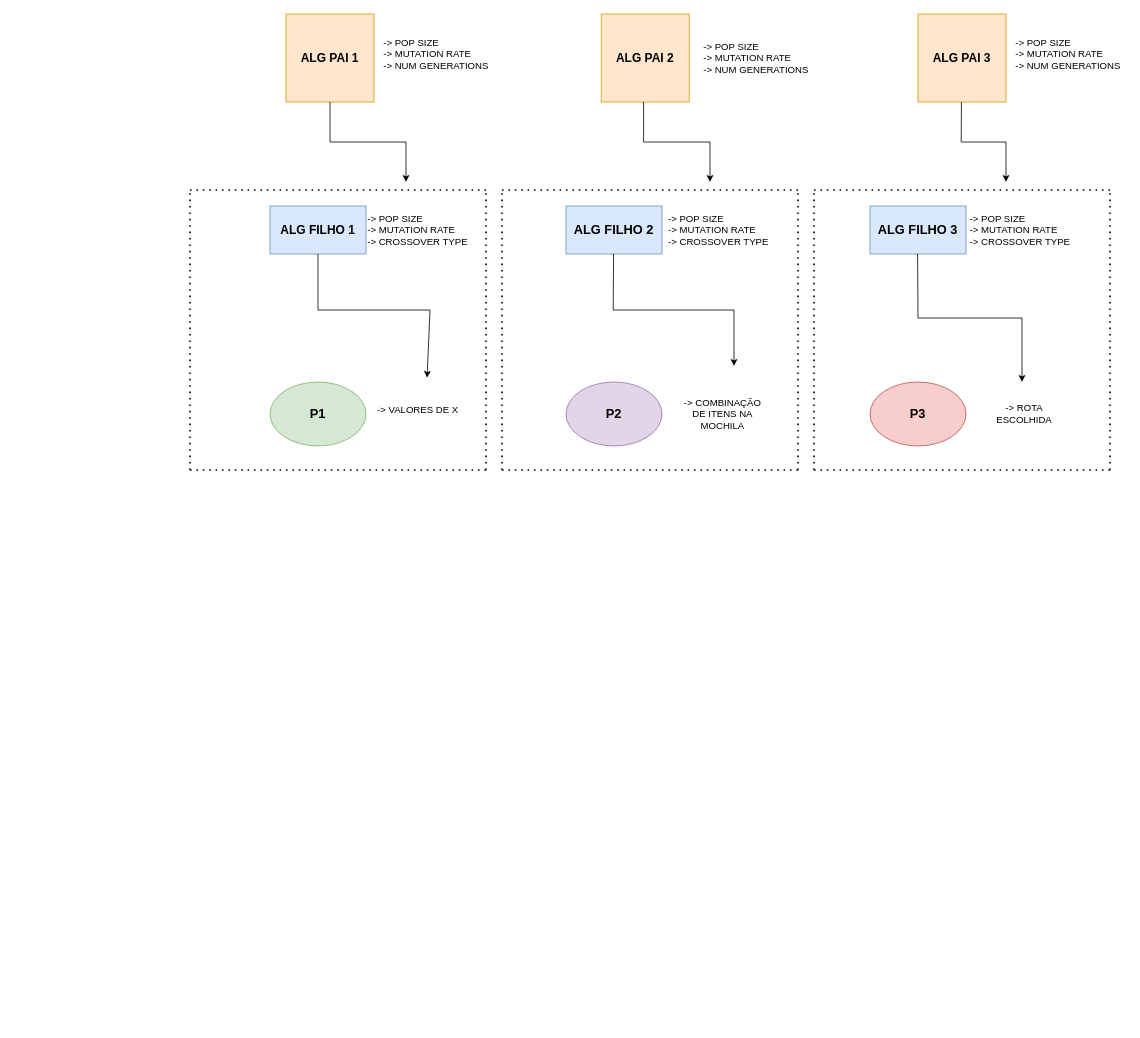
This is esquemaAlgs.drawio from ncalsolari/TCC, a draw.io file, before an edit. Source tidied: cells renumbered, new cells numbered last; positions are measured from the earlier drawing's top-left corner, leaving out a move shared by most shapes. Both pictures are drawn from the tidied source at 80%, with x=0, y=0 at pixel (190, 14).
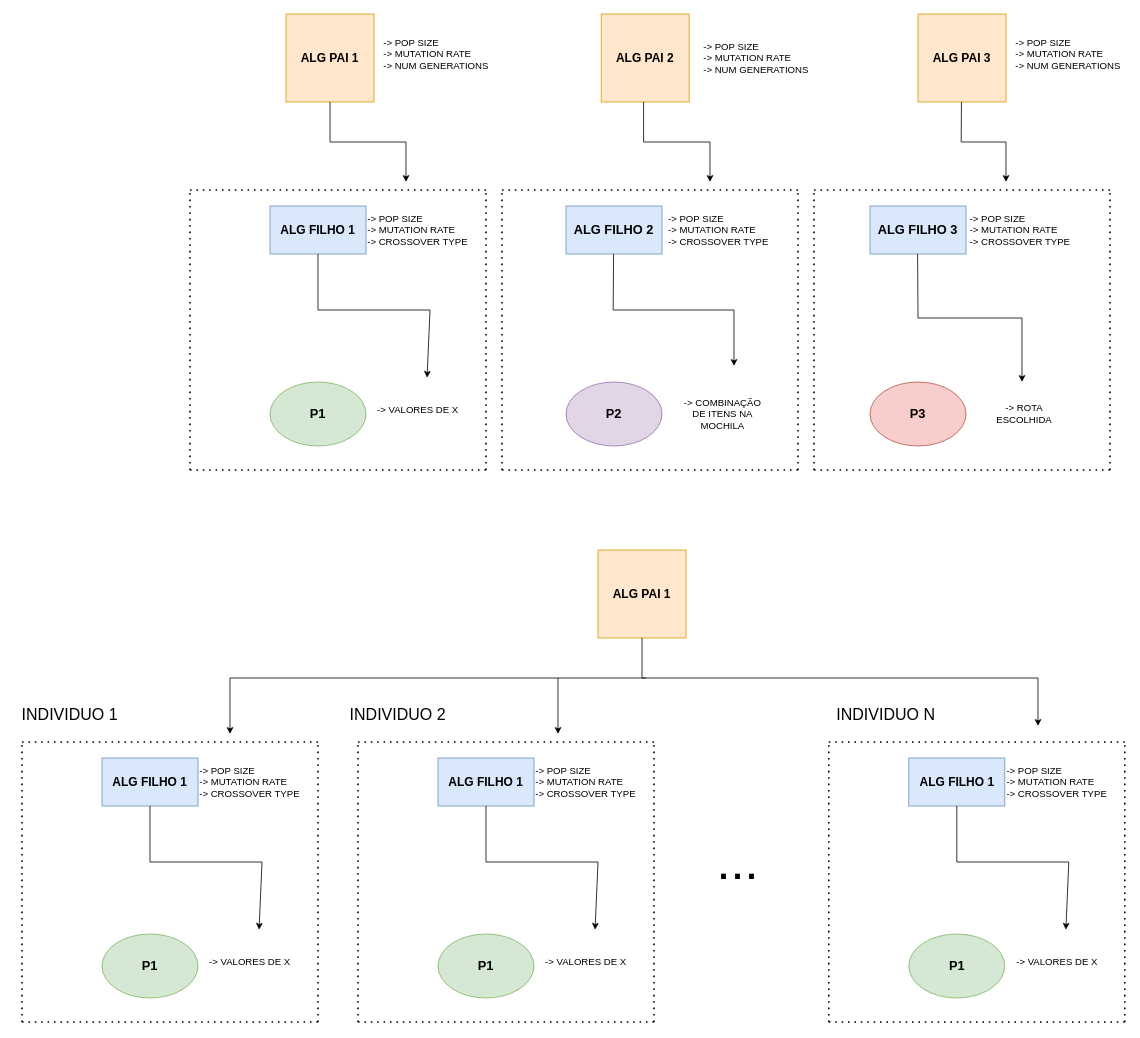
After the change.

Change to the diagram source:
```diff
@@
+    <mxCell id="38" value="&lt;font size=&quot;1&quot;&gt;&lt;b style=&quot;font-size: 15px;&quot;&gt;ALG FILHO 1&lt;/b&gt;&lt;/font&gt;" style="rounded=0;whiteSpace=wrap;html=1;fillColor=#dae8fc;strokeColor=#6c8ebf;" parent="1" vertex="1">
+      <mxGeometry x="-110" y="930" width="120" height="60" as="geometry" />
+    </mxCell>
+    <mxCell id="39" style="endArrow=classic;html=1;rounded=0;exitX=0.5;exitY=1;exitDx=0;exitDy=0;entryX=0.603;entryY=-0.076;entryDx=0;entryDy=0;entryPerimeter=0;" parent="1" edge="1" source="38" target="48">
+      <mxGeometry relative="1" as="geometry">
+        <Array as="points">
+          <mxPoint x="-50" y="1060" />
+          <mxPoint x="90" y="1060" />
+        </Array>
+      </mxGeometry>
+    </mxCell>
+    <mxCell id="40" value="&lt;b&gt;&lt;font style=&quot;font-size: 16px;&quot;&gt;P1&lt;/font&gt;&lt;/b&gt;" style="ellipse;whiteSpace=wrap;html=1;fillColor=#d5e8d4;strokeColor=#82b366;" parent="1" vertex="1">
+      <mxGeometry x="-110" y="1150" width="120" height="80" as="geometry" />
+    </mxCell>
+    <mxCell id="41" value="&lt;div&gt;-&amp;gt; POP SIZE&lt;/div&gt;&lt;div&gt;-&amp;gt; MUTATION RATE&lt;/div&gt;&lt;div&gt;-&amp;gt; CROSSOVER TYPE&lt;br&gt;&lt;/div&gt;" style="text;html=1;strokeColor=none;fillColor=none;align=left;verticalAlign=middle;whiteSpace=wrap;rounded=0;" parent="1" vertex="1">
+      <mxGeometry x="10" y="930" width="140" height="60" as="geometry" />
+    </mxCell>
+    <mxCell id="42" value="&lt;b&gt;&lt;font style=&quot;font-size: 15px;&quot;&gt;ALG PAI 1&lt;br&gt;&lt;/font&gt;&lt;/b&gt;" style="whiteSpace=wrap;html=1;fillColor=#ffe6cc;strokeColor=#d79b00;" parent="1" vertex="1">
+      <mxGeometry x="510" y="670" width="110" height="110" as="geometry" />
+    </mxCell>
+    <mxCell id="43" style="endArrow=classic;html=1;rounded=0;exitX=0.5;exitY=1;exitDx=0;exitDy=0;" parent="1" edge="1" source="42">
+      <mxGeometry relative="1" as="geometry">
+        <mxPoint x="1060" y="890" as="targetPoint" />
+        <Array as="points">
+          <mxPoint x="565" y="830" />
+          <mxPoint x="1060" y="830" />
+        </Array>
+      </mxGeometry>
+    </mxCell>
+    <mxCell id="44" style="endArrow=none;dashed=1;html=1;dashPattern=1 3;strokeWidth=2;rounded=0;" parent="1" edge="1">
+      <mxGeometry relative="1" as="geometry">
+        <mxPoint x="160" y="1260" as="sourcePoint" />
+        <mxPoint x="160" y="910" as="targetPoint" />
+      </mxGeometry>
+    </mxCell>
+    <mxCell id="45" style="endArrow=none;dashed=1;html=1;dashPattern=1 3;strokeWidth=2;rounded=0;" parent="1" edge="1">
+      <mxGeometry relative="1" as="geometry">
+        <mxPoint x="-210" y="1260" as="sourcePoint" />
+        <mxPoint x="-210" y="910" as="targetPoint" />
+      </mxGeometry>
+    </mxCell>
+    <mxCell id="46" style="endArrow=none;dashed=1;html=1;dashPattern=1 3;strokeWidth=2;rounded=0;" parent="1" edge="1">
+      <mxGeometry relative="1" as="geometry">
+        <mxPoint x="-210" y="1260" as="sourcePoint" />
+        <mxPoint x="160" y="1260" as="targetPoint" />
+      </mxGeometry>
+    </mxCell>
+    <mxCell id="47" style="endArrow=none;dashed=1;html=1;dashPattern=1 3;strokeWidth=2;rounded=0;" parent="1" edge="1">
+      <mxGeometry relative="1" as="geometry">
+        <mxPoint x="-210" y="910" as="sourcePoint" />
+        <mxPoint x="160" y="910" as="targetPoint" />
+      </mxGeometry>
+    </mxCell>
+    <mxCell id="48" value="-&amp;gt; VALORES DE X" style="text;html=1;strokeColor=none;fillColor=none;align=center;verticalAlign=middle;whiteSpace=wrap;rounded=0;" parent="1" vertex="1">
+      <mxGeometry x="20" y="1150" width="110" height="70" as="geometry" />
+    </mxCell>
+    <mxCell id="49" value="&lt;font size=&quot;1&quot;&gt;&lt;b style=&quot;font-size: 15px;&quot;&gt;ALG FILHO 1&lt;/b&gt;&lt;/font&gt;" style="rounded=0;whiteSpace=wrap;html=1;fillColor=#dae8fc;strokeColor=#6c8ebf;" parent="1" vertex="1">
+      <mxGeometry x="310" y="930" width="120" height="60" as="geometry" />
+    </mxCell>
+    <mxCell id="50" style="endArrow=classic;html=1;rounded=0;exitX=0.5;exitY=1;exitDx=0;exitDy=0;entryX=0.603;entryY=-0.076;entryDx=0;entryDy=0;entryPerimeter=0;" parent="1" edge="1" source="49" target="57">
+      <mxGeometry relative="1" as="geometry">
+        <Array as="points">
+          <mxPoint x="370" y="1060" />
+          <mxPoint x="510" y="1060" />
+        </Array>
+      </mxGeometry>
+    </mxCell>
+    <mxCell id="51" value="&lt;b&gt;&lt;font style=&quot;font-size: 16px;&quot;&gt;P1&lt;/font&gt;&lt;/b&gt;" style="ellipse;whiteSpace=wrap;html=1;fillColor=#d5e8d4;strokeColor=#82b366;" parent="1" vertex="1">
+      <mxGeometry x="310" y="1150" width="120" height="80" as="geometry" />
+    </mxCell>
+    <mxCell id="52" value="&lt;div&gt;-&amp;gt; POP SIZE&lt;/div&gt;&lt;div&gt;-&amp;gt; MUTATION RATE&lt;/div&gt;&lt;div&gt;-&amp;gt; CROSSOVER TYPE&lt;br&gt;&lt;/div&gt;" style="text;html=1;strokeColor=none;fillColor=none;align=left;verticalAlign=middle;whiteSpace=wrap;rounded=0;" parent="1" vertex="1">
+      <mxGeometry x="430" y="930" width="140" height="60" as="geometry" />
+    </mxCell>
+    <mxCell id="53" style="endArrow=none;dashed=1;html=1;dashPattern=1 3;strokeWidth=2;rounded=0;" parent="1" edge="1">
+      <mxGeometry relative="1" as="geometry">
+        <mxPoint x="580" y="1260" as="sourcePoint" />
+        <mxPoint x="580" y="910" as="targetPoint" />
+      </mxGeometry>
+    </mxCell>
+    <mxCell id="54" style="endArrow=none;dashed=1;html=1;dashPattern=1 3;strokeWidth=2;rounded=0;" parent="1" edge="1">
+      <mxGeometry relative="1" as="geometry">
+        <mxPoint x="210" y="1260" as="sourcePoint" />
+        <mxPoint x="210" y="910" as="targetPoint" />
+      </mxGeometry>
+    </mxCell>
+    <mxCell id="55" style="endArrow=none;dashed=1;html=1;dashPattern=1 3;strokeWidth=2;rounded=0;" parent="1" edge="1">
+      <mxGeometry relative="1" as="geometry">
+        <mxPoint x="210" y="1260" as="sourcePoint" />
+        <mxPoint x="580" y="1260" as="targetPoint" />
+      </mxGeometry>
+    </mxCell>
+    <mxCell id="56" style="endArrow=none;dashed=1;html=1;dashPattern=1 3;strokeWidth=2;rounded=0;" parent="1" edge="1">
+      <mxGeometry relative="1" as="geometry">
+        <mxPoint x="210" y="910" as="sourcePoint" />
+        <mxPoint x="580" y="910" as="targetPoint" />
+      </mxGeometry>
+    </mxCell>
+    <mxCell id="57" value="-&amp;gt; VALORES DE X" style="text;html=1;strokeColor=none;fillColor=none;align=center;verticalAlign=middle;whiteSpace=wrap;rounded=0;" parent="1" vertex="1">
+      <mxGeometry x="440" y="1150" width="110" height="70" as="geometry" />
+    </mxCell>
+    <mxCell id="58" value="&lt;font size=&quot;1&quot;&gt;&lt;b style=&quot;font-size: 15px;&quot;&gt;ALG FILHO 1&lt;/b&gt;&lt;/font&gt;" style="rounded=0;whiteSpace=wrap;html=1;fillColor=#dae8fc;strokeColor=#6c8ebf;" parent="1" vertex="1">
+      <mxGeometry x="898.5" y="930" width="120" height="60" as="geometry" />
+    </mxCell>
+    <mxCell id="59" style="endArrow=classic;html=1;rounded=0;exitX=0.5;exitY=1;exitDx=0;exitDy=0;entryX=0.603;entryY=-0.076;entryDx=0;entryDy=0;entryPerimeter=0;" parent="1" edge="1" source="58" target="66">
+      <mxGeometry relative="1" as="geometry">
+        <Array as="points">
+          <mxPoint x="958.5" y="1060" />
+          <mxPoint x="1098.5" y="1060" />
+        </Array>
+      </mxGeometry>
+    </mxCell>
+    <mxCell id="60" value="&lt;b&gt;&lt;font style=&quot;font-size: 16px;&quot;&gt;P1&lt;/font&gt;&lt;/b&gt;" style="ellipse;whiteSpace=wrap;html=1;fillColor=#d5e8d4;strokeColor=#82b366;" parent="1" vertex="1">
+      <mxGeometry x="898.5" y="1150" width="120" height="80" as="geometry" />
+    </mxCell>
+    <mxCell id="61" value="&lt;div&gt;-&amp;gt; POP SIZE&lt;/div&gt;&lt;div&gt;-&amp;gt; MUTATION RATE&lt;/div&gt;&lt;div&gt;-&amp;gt; CROSSOVER TYPE&lt;br&gt;&lt;/div&gt;" style="text;html=1;strokeColor=none;fillColor=none;align=left;verticalAlign=middle;whiteSpace=wrap;rounded=0;" parent="1" vertex="1">
+      <mxGeometry x="1018.5" y="930" width="140" height="60" as="geometry" />
+    </mxCell>
+    <mxCell id="62" style="endArrow=none;dashed=1;html=1;dashPattern=1 3;strokeWidth=2;rounded=0;" parent="1" edge="1">
+      <mxGeometry relative="1" as="geometry">
+        <mxPoint x="1168.5" y="1260" as="sourcePoint" />
+        <mxPoint x="1168.5" y="910" as="targetPoint" />
+      </mxGeometry>
+    </mxCell>
+    <mxCell id="63" style="endArrow=none;dashed=1;html=1;dashPattern=1 3;strokeWidth=2;rounded=0;" parent="1" edge="1">
+      <mxGeometry relative="1" as="geometry">
+        <mxPoint x="798.5" y="1260" as="sourcePoint" />
+        <mxPoint x="798.5" y="910" as="targetPoint" />
+      </mxGeometry>
+    </mxCell>
+    <mxCell id="64" style="endArrow=none;dashed=1;html=1;dashPattern=1 3;strokeWidth=2;rounded=0;" parent="1" edge="1">
+      <mxGeometry relative="1" as="geometry">
+        <mxPoint x="798.5" y="1260" as="sourcePoint" />
+        <mxPoint x="1168.5" y="1260" as="targetPoint" />
+      </mxGeometry>
+    </mxCell>
+    <mxCell id="65" style="endArrow=none;dashed=1;html=1;dashPattern=1 3;strokeWidth=2;rounded=0;" parent="1" edge="1">
+      <mxGeometry relative="1" as="geometry">
+        <mxPoint x="798.5" y="910" as="sourcePoint" />
+        <mxPoint x="1168.5" y="910" as="targetPoint" />
+      </mxGeometry>
+    </mxCell>
+    <mxCell id="66" value="-&amp;gt; VALORES DE X" style="text;html=1;strokeColor=none;fillColor=none;align=center;verticalAlign=middle;whiteSpace=wrap;rounded=0;" parent="1" vertex="1">
+      <mxGeometry x="1028.5" y="1150" width="110" height="70" as="geometry" />
+    </mxCell>
+    <mxCell id="67" style="endArrow=classic;html=1;rounded=0;" parent="1" edge="1">
+      <mxGeometry relative="1" as="geometry">
+        <mxPoint x="570" y="830" as="sourcePoint" />
+        <mxPoint x="460" y="900" as="targetPoint" />
+        <Array as="points">
+          <mxPoint x="460" y="830" />
+        </Array>
+      </mxGeometry>
+    </mxCell>
+    <mxCell id="68" style="endArrow=classic;html=1;rounded=0;" parent="1" edge="1">
+      <mxGeometry relative="1" as="geometry">
+        <mxPoint x="460" y="830" as="sourcePoint" />
+        <mxPoint x="50" y="900" as="targetPoint" />
+        <Array as="points">
+          <mxPoint x="50" y="830" />
+        </Array>
+      </mxGeometry>
+    </mxCell>
+    <mxCell id="69" value="&lt;font style=&quot;font-size: 63px;&quot;&gt;...&lt;/font&gt;" style="text;html=1;strokeColor=none;fillColor=none;align=center;verticalAlign=middle;whiteSpace=wrap;rounded=0;" parent="1" vertex="1">
+      <mxGeometry x="590" y="1030" width="190" height="60" as="geometry" />
+    </mxCell>
+    <mxCell id="70" value="&lt;font style=&quot;font-size: 20px;&quot;&gt;INDIVIDUO 1&lt;/font&gt;" style="text;html=1;strokeColor=none;fillColor=none;align=center;verticalAlign=middle;whiteSpace=wrap;rounded=0;" parent="1" vertex="1">
+      <mxGeometry x="-220" y="860" width="140" height="30" as="geometry" />
+    </mxCell>
+    <mxCell id="71" value="&lt;font style=&quot;font-size: 20px;&quot;&gt;INDIVIDUO 2&lt;br&gt;&lt;/font&gt;" style="text;html=1;strokeColor=none;fillColor=none;align=center;verticalAlign=middle;whiteSpace=wrap;rounded=0;" parent="1" vertex="1">
+      <mxGeometry x="190" y="860" width="140" height="30" as="geometry" />
+    </mxCell>
+    <mxCell id="72" value="&lt;font style=&quot;font-size: 20px;&quot;&gt;INDIVIDUO N&lt;br&gt;&lt;/font&gt;" style="text;html=1;strokeColor=none;fillColor=none;align=center;verticalAlign=middle;whiteSpace=wrap;rounded=0;" parent="1" vertex="1">
+      <mxGeometry x="800" y="860" width="140" height="30" as="geometry" />
+    </mxCell>
```
